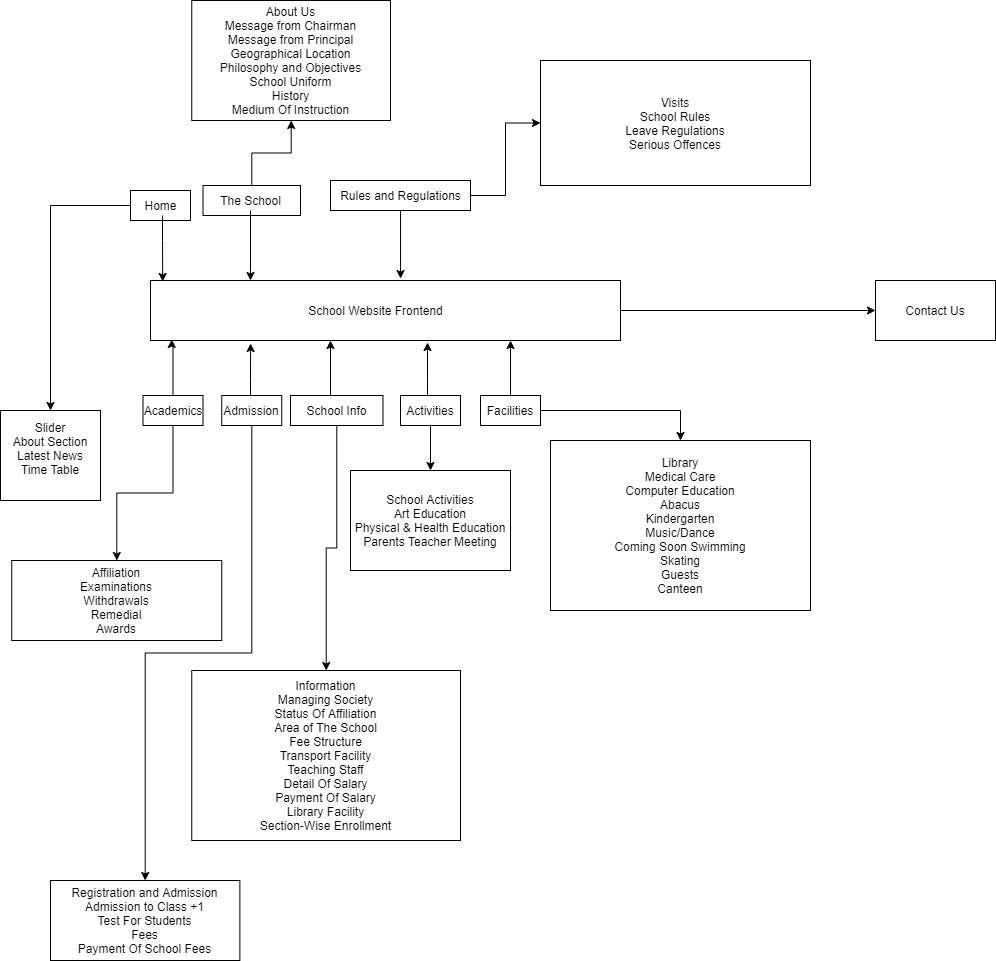
This is Basic Workflow of Frontend Website.png from sam786rana786/debian, a draw.io export, as it was before one commit. Source tidied: cells renumbered, new cells last; positions are measured from the earlier drawing's top-left corner, leaving out a move shared by most shapes.
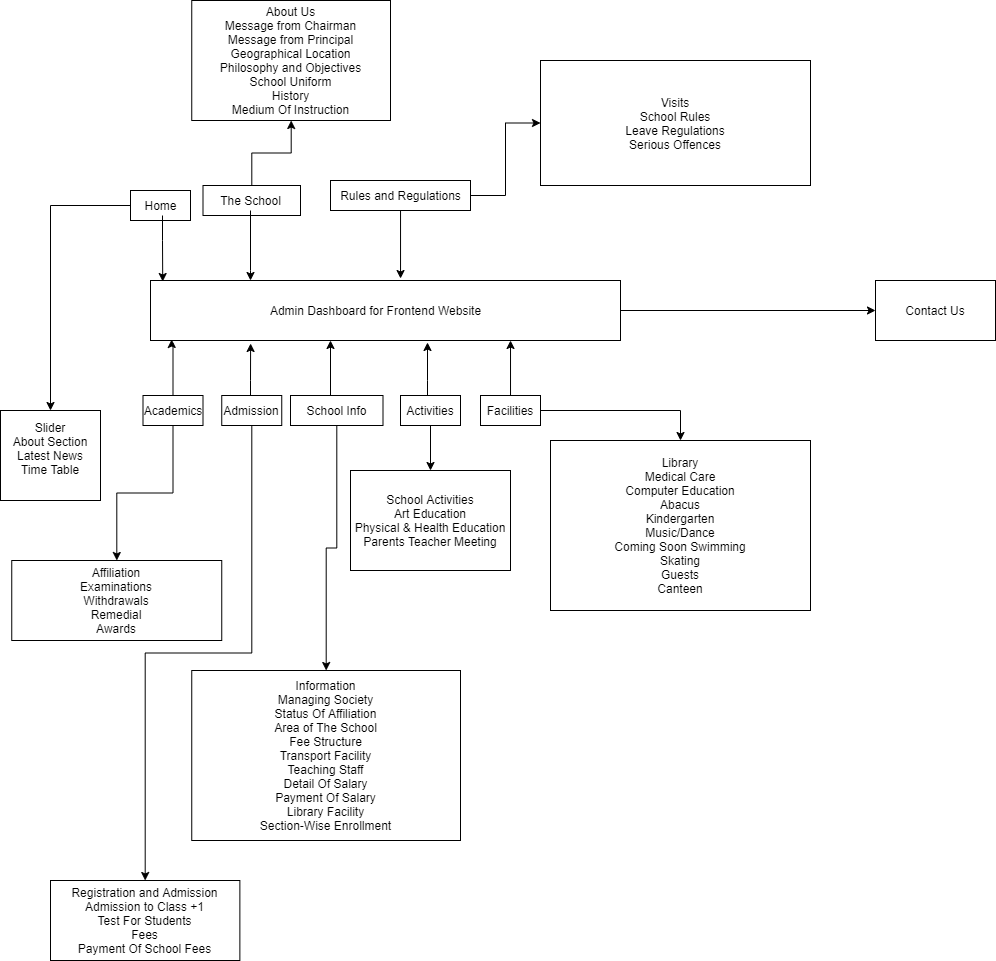
After the commit.

Commit message:
Update Basic Workflow of Admin Dashboard.png

The edit, as a diff of the source:
```diff
@@ -8,8 +8,8 @@
     <mxCell id="3" style="rounded=0;whiteSpace=wrap;html=1;" parent="1" vertex="1">
       <mxGeometry x="150" y="280" width="470" height="60" as="geometry" />
     </mxCell>
-    <mxCell id="4" value="School Website Frontend&lt;br&gt;" style="text;html=1;align=center;verticalAlign=middle;fillColor=none;strokeColor=none;rounded=0;" parent="1" vertex="1">
-      <mxGeometry x="300" y="300" width="150" height="20" as="geometry" />
+    <mxCell id="4" value="Admin Dashboard for Frontend Website" style="text;html=1;align=center;verticalAlign=middle;fillColor=none;strokeColor=none;rounded=0;" parent="1" vertex="1">
+      <mxGeometry x="260" y="300" width="230" height="20" as="geometry" />
     </mxCell>
     <mxCell id="5" style="edgeStyle=orthogonalEdgeStyle;rounded=0;jettySize=auto;html=1;" parent="1" edge="1" source="6" target="33">
       <mxGeometry relative="1" as="geometry" />
```
